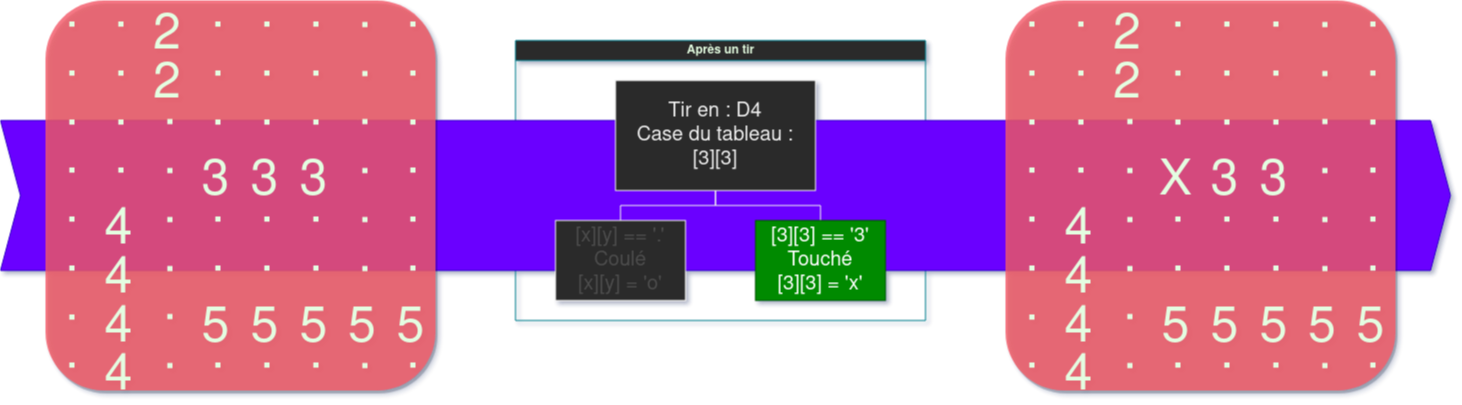
Curs3W4ll/Beautiful_images keeps this draw.io diagram as PNG/navy/Copy of Untitled Diagram.png. Above is the earlier version. Source tidied: cells renumbered, new cells last; positions are measured from the earlier drawing's top-left corner, leaving out a move shared by most shapes.
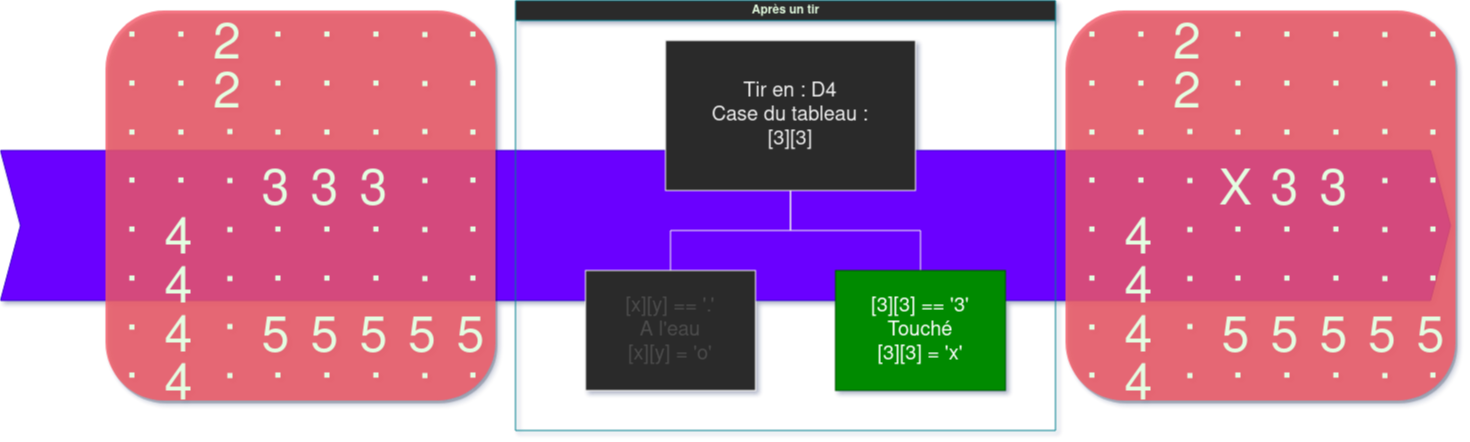
Above is the later version.

Diff of the diagram source:
```diff
@@ -2,12 +2,12 @@
   <root>
     <mxCell id="0" />
     <mxCell id="1" parent="0" />
+    <mxCell id="3" style="shape=step;perimeter=stepPerimeter;whiteSpace=wrap;html=1;fixedSize=1;fontColor=#ffffff;fillColor=#6a00ff;strokeColor=#3700CC;" parent="1" vertex="1">
+      <mxGeometry x="-60" y="140" width="1450" height="150" as="geometry" />
+    </mxCell>
     <mxCell id="2" value="Après un tir" style="swimlane;html=1;startSize=20;horizontal=1;containerType=tree;newEdgeStyle={&quot;edgeStyle&quot;:&quot;elbowEdgeStyle&quot;,&quot;startArrow&quot;:&quot;none&quot;,&quot;endArrow&quot;:&quot;none&quot;};rounded=0;sketch=0;strokeColor=#028090;fontColor=#E4FDE1;glass=0;noLabel=0;" parent="1" vertex="1">
-      <mxGeometry x="515" y="40" width="410" height="280" as="geometry" />
+      <mxGeometry x="455" y="-10" width="540" height="430" as="geometry" />
     </mxCell>
-    <mxCell id="3" style="shape=step;perimeter=stepPerimeter;whiteSpace=wrap;html=1;fixedSize=1;fontColor=#ffffff;fillColor=#6a00ff;strokeColor=#3700CC;" parent="2" vertex="1">
-      <mxGeometry x="-515" y="80" width="1450" height="150" as="geometry" />
-    </mxCell>
     <mxCell id="4" style="edgeStyle=elbowEdgeStyle;elbow=vertical;startArrow=none;endArrow=none;rounded=0;" parent="2" edge="1" source="6" target="7">
       <mxGeometry relative="1" as="geometry" />
     </mxCell>
@@ -15,13 +15,13 @@
       <mxGeometry relative="1" as="geometry" />
     </mxCell>
     <mxCell id="6" value="&lt;div style=&quot;font-size: 20px&quot;&gt;Tir en : D4&lt;br style=&quot;font-size: 20px&quot;&gt;&lt;/div&gt;&lt;div style=&quot;font-size: 20px&quot;&gt;Case du tableau :&lt;/div&gt;&lt;div style=&quot;font-size: 20px&quot;&gt;[3][3]&lt;br style=&quot;font-size: 20px&quot;&gt;&lt;/div&gt;" style="whiteSpace=wrap;html=1;align=center;newEdgeStyle={&quot;edgeStyle&quot;:&quot;elbowEdgeStyle&quot;,&quot;startArrow&quot;:&quot;none&quot;,&quot;endArrow&quot;:&quot;none&quot;};fontSize=20;" parent="2" vertex="1">
-      <mxGeometry x="100" y="40" width="200" height="110" as="geometry" />
+      <mxGeometry x="150" y="40" width="250" height="150" as="geometry" />
     </mxCell>
-    <mxCell id="7" value="&lt;div style=&quot;font-size: 20px&quot;&gt;[x][y] == '.'&lt;br style=&quot;font-size: 20px&quot;&gt;&lt;/div&gt;&lt;div style=&quot;font-size: 20px&quot;&gt;Coulé&lt;/div&gt;&lt;div&gt;[x][y] = 'o'&lt;br&gt;&lt;/div&gt;" style="whiteSpace=wrap;html=1;align=center;verticalAlign=middle;newEdgeStyle={&quot;edgeStyle&quot;:&quot;elbowEdgeStyle&quot;,&quot;startArrow&quot;:&quot;none&quot;,&quot;endArrow&quot;:&quot;none&quot;};fontSize=20;fontColor=#4D4D4D;" parent="2" vertex="1">
-      <mxGeometry x="40" y="180" width="130" height="80" as="geometry" />
+    <mxCell id="7" value="&lt;div style=&quot;font-size: 20px&quot;&gt;[x][y] == '.'&lt;br style=&quot;font-size: 20px&quot;&gt;&lt;/div&gt;&lt;div style=&quot;font-size: 20px&quot;&gt;A l'eau&lt;br&gt;&lt;/div&gt;&lt;div&gt;[x][y] = 'o'&lt;br&gt;&lt;/div&gt;" style="whiteSpace=wrap;html=1;align=center;verticalAlign=middle;newEdgeStyle={&quot;edgeStyle&quot;:&quot;elbowEdgeStyle&quot;,&quot;startArrow&quot;:&quot;none&quot;,&quot;endArrow&quot;:&quot;none&quot;};fontSize=20;fontColor=#4D4D4D;" parent="2" vertex="1">
+      <mxGeometry x="70" y="270" width="170" height="120" as="geometry" />
     </mxCell>
     <mxCell id="8" value="&lt;div style=&quot;font-size: 20px&quot;&gt;[3][3] == '3'&lt;br style=&quot;font-size: 20px&quot;&gt;&lt;/div&gt;&lt;div style=&quot;font-size: 20px&quot;&gt;Touché&lt;/div&gt;&lt;div&gt;[3][3] = 'x'&lt;br&gt;&lt;/div&gt;" style="whiteSpace=wrap;html=1;align=center;verticalAlign=middle;newEdgeStyle={&quot;edgeStyle&quot;:&quot;elbowEdgeStyle&quot;,&quot;startArrow&quot;:&quot;none&quot;,&quot;endArrow&quot;:&quot;none&quot;};fillColor=#008a00;strokeColor=#005700;fontColor=#ffffff;fontSize=20;" parent="2" vertex="1">
-      <mxGeometry x="240" y="180" width="130" height="80" as="geometry" />
+      <mxGeometry x="320" y="270" width="170" height="120" as="geometry" />
     </mxCell>
     <mxCell id="9" style="shape=table;html=1;whiteSpace=wrap;startSize=0;perimeter=rectanglePerimeter;swimlaneFillColor=none;rounded=1;shadow=1;sketch=0;opacity=80;fontSize=50;direction=north;flipH=0;flipV=0;verticalAlign=middle;labelPosition=center;verticalLabelPosition=middle;align=center;horizontal=0;spacingTop=-15;fillColor=#F45B69;fontColor=#E4FDE1;strokeColor=none;" parent="1" vertex="1">
       <mxGeometry x="1005" width="390" height="390" as="geometry" />
```
